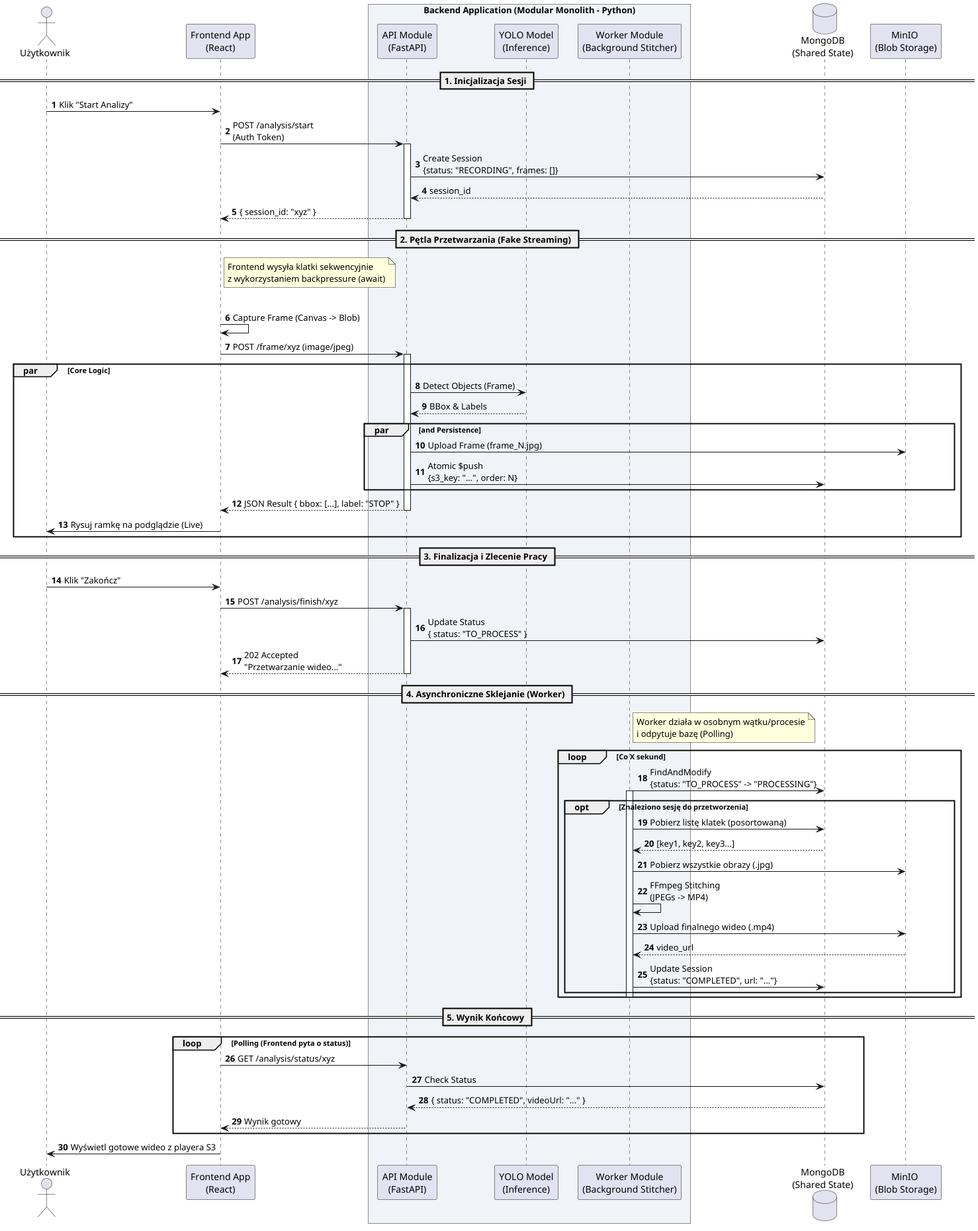
Earlier version of the PlantUML export docs/flows/application_flow.png (Matiar15/engin33ring-thesis).
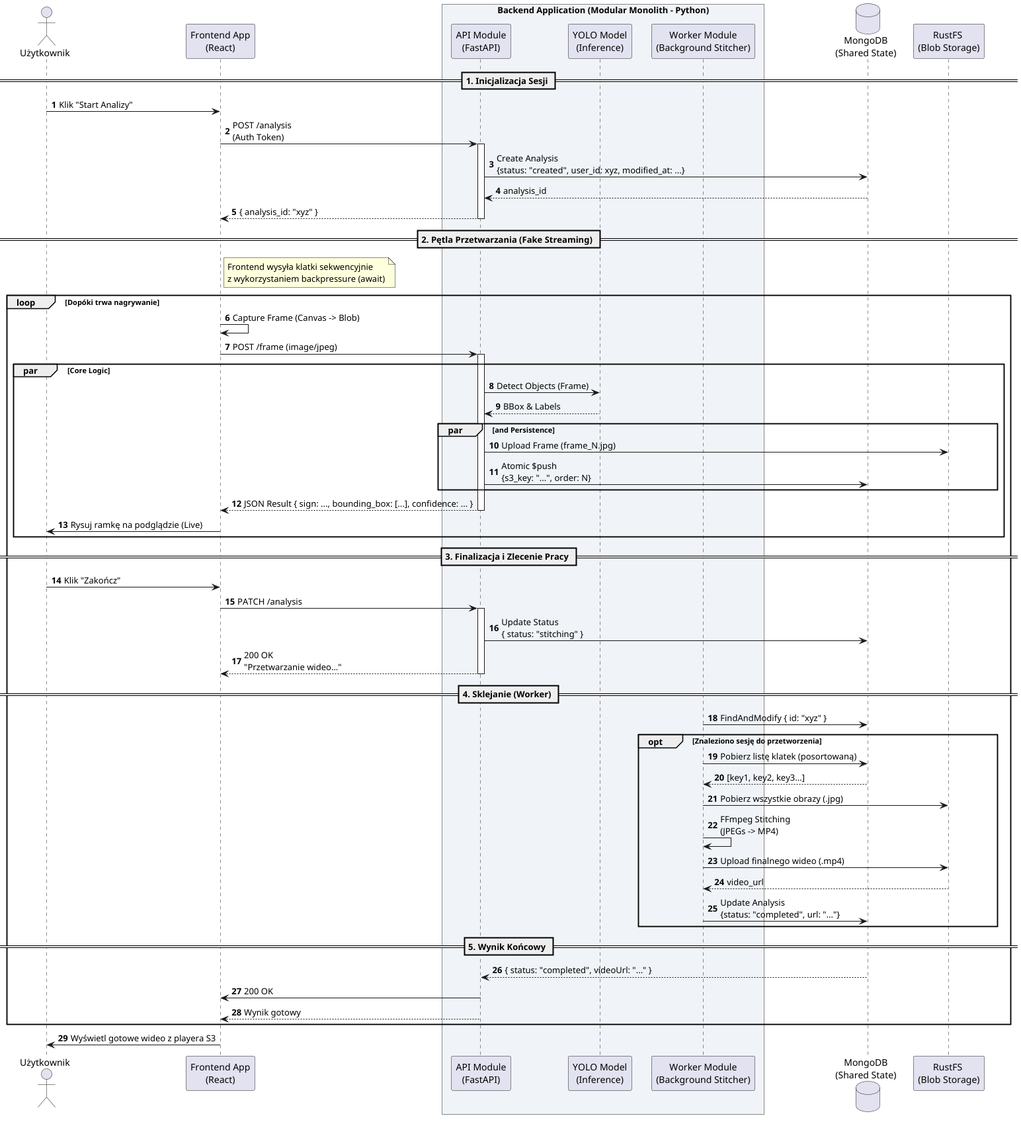
After the change.

Diff of the diagram source:
```diff
@@ -13,15 +13,15 @@
 end box
 
 database "MongoDB\n(Shared State)" as Mongo
-participant "MinIO \n(Blob Storage)" as S3
+participant "RustFS \n(Blob Storage)" as S3
 
 == 1. Inicjalizacja Sesji ==
 User -> Front: Klik "Start Analizy"
-Front -> API: POST /analysis/start\n(Auth Token)
+Front -> API: POST /analysis\n(Auth Token)
 activate API
-API -> Mongo: Create Session\n{status: "RECORDING", frames: []}
-Mongo --> API: session_id
-API --> Front: { session_id: "xyz" }
+API -> Mongo: Create Analysis\n{status: "created", user_id: xyz, modified_at: ...}
+Mongo --> API: analysis_id
+API --> Front: { analysis_id: "xyz" }
 deactivate API
 
 == 2. Pętla Przetwarzania (Fake Streaming) ==
@@ -32,7 +32,7 @@
 
 loop Dopóki trwa nagrywanie
     Front -> Front: Capture Frame (Canvas -> Blob)
-    Front -> API: POST /frame/xyz (image/jpeg)
+    Front -> API: POST /frame (image/jpeg)
     activate API
 
     par Core Logic
@@ -43,7 +43,7 @@
         API -> Mongo: Atomic $push\n{s3_key: "...", order: N}
     end
 
-    API --> Front: JSON Result { bbox: [...], label: "STOP" }
+    API --> Front: JSON Result { sign: ..., bounding_box: [...], confidence: ... }
     deactivate API
 
     Front -> User: Rysuj ramkę na podglądzie (Live)
@@ -51,43 +51,31 @@
 
 == 3. Finalizacja i Zlecenie Pracy ==
 User -> Front: Klik "Zakończ"
-Front -> API: POST /analysis/finish/xyz
+Front -> API: PATCH /analysis
 activate API
-API -> Mongo: Update Status\n{ status: "TO_PROCESS" }
-API --> Front: 202 Accepted\n"Przetwarzanie wideo..."
+API -> Mongo: Update Status\n{ status: "stitching" }
+API --> Front: 200 OK \n"Przetwarzanie wideo..."
 deactivate API
 
-== 4. Asynchroniczne Sklejanie (Worker) ==
-note right of Worker
-  Worker działa w osobnym wątku/procesie
-  i odpytuje bazę (Polling)
-end note
+== 4. Sklejanie (Worker) ==
+Worker -> Mongo: FindAndModify { id: "xyz" }
+opt Znaleziono sesję do przetworzenia
+    Worker -> Mongo: Pobierz listę klatek (posortowaną)
+    Mongo --> Worker: [key1, key2, key3...]
 
-loop Co X sekund
-    Worker -> Mongo: FindAndModify\n{status: "TO_PROCESS" -> "PROCESSING"}
-    activate Worker
+    Worker -> S3: Pobierz wszystkie obrazy (.jpg)
+    Worker -> Worker: FFmpeg Stitching\n(JPEGs -> MP4)
 
-    opt Znaleziono sesję do przetworzenia
-        Worker -> Mongo: Pobierz listę klatek (posortowaną)
-        Mongo --> Worker: [key1, key2, key3...]
+    Worker -> S3: Upload finalnego wideo (.mp4)
+    S3 --> Worker: video_url
 
-        Worker -> S3: Pobierz wszystkie obrazy (.jpg)
-        Worker -> Worker: FFmpeg Stitching\n(JPEGs -> MP4)
-
-        Worker -> S3: Upload finalnego wideo (.mp4)
-        S3 --> Worker: video_url
-
-        Worker -> Mongo: Update Session\n{status: "COMPLETED", url: "..."}
-    end
-    deactivate Worker
+    Worker -> Mongo: Update Analysis\n{status: "completed", url: "..."}
 end
 
 == 5. Wynik Końcowy ==
-loop Polling (Frontend pyta o status)
-    Front -> API: GET /analysis/status/xyz
-    API -> Mongo: Check Status
-    Mongo --> API: { status: "COMPLETED", videoUrl: "..." }
-    API --> Front: Wynik gotowy
+Mongo --> API: { status: "completed", videoUrl: "..." }
+API -> Front: 200 OK
+API --> Front: Wynik gotowy
 end
 
 Front -> User: Wyświetl gotowe wideo z playera S3
```
